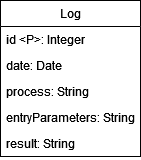
This is conceptual-diagram-log.drawio.png from danielpilot/event-database, a draw.io export, as it was before one commit. Source tidied: cells renumbered, new cells last; positions are measured from the earlier drawing's top-left corner, leaving out a move shared by most shapes. Source of this version:
```xml
<mxGraphModel>
  <root>
    <mxCell id="0" />
    <mxCell id="1" parent="0" />
    <mxCell id="2" value="Log" style="swimlane;fontStyle=0;horizontal=1;startSize=26;fillColor=none;whiteSpace=wrap;html=1;" parent="1" vertex="1">
      <mxGeometry width="140" height="156" as="geometry" />
    </mxCell>
    <mxCell id="3" value="id &amp;lt;P&amp;gt;: Integer" style="text;strokeColor=none;fillColor=none;align=left;verticalAlign=top;spacingLeft=4;spacingRight=4;overflow=hidden;whiteSpace=wrap;html=1;" parent="2" vertex="1">
      <mxGeometry y="26" width="140" height="26" as="geometry" />
    </mxCell>
    <mxCell id="4" value="date: Date" style="text;strokeColor=none;fillColor=none;align=left;verticalAlign=top;spacingLeft=4;spacingRight=4;overflow=hidden;whiteSpace=wrap;html=1;" parent="2" vertex="1">
      <mxGeometry y="52" width="140" height="26" as="geometry" />
    </mxCell>
    <mxCell id="5" value="process: String" style="text;strokeColor=none;fillColor=none;align=left;verticalAlign=top;spacingLeft=4;spacingRight=4;overflow=hidden;whiteSpace=wrap;html=1;" parent="2" vertex="1">
      <mxGeometry y="78" width="140" height="26" as="geometry" />
    </mxCell>
    <mxCell id="6" value="entryParameters: String" style="text;strokeColor=none;fillColor=none;align=left;verticalAlign=top;spacingLeft=4;spacingRight=4;overflow=hidden;whiteSpace=wrap;html=1;" parent="2" vertex="1">
      <mxGeometry y="104" width="140" height="26" as="geometry" />
    </mxCell>
    <mxCell id="7" value="result: String" style="text;strokeColor=none;fillColor=none;align=left;verticalAlign=top;spacingLeft=4;spacingRight=4;overflow=hidden;whiteSpace=wrap;html=1;" parent="2" vertex="1">
      <mxGeometry y="130" width="140" height="26" as="geometry" />
    </mxCell>
  </root>
</mxGraphModel>
```
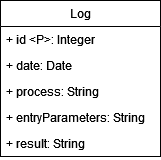
The same file after the commit.

What changed in the source:
```diff
@@ -3,22 +3,22 @@
     <mxCell id="0" />
     <mxCell id="1" parent="0" />
     <mxCell id="2" value="Log" style="swimlane;fontStyle=0;horizontal=1;startSize=26;fillColor=none;whiteSpace=wrap;html=1;" parent="1" vertex="1">
-      <mxGeometry width="140" height="156" as="geometry" />
+      <mxGeometry width="160" height="156" as="geometry" />
     </mxCell>
-    <mxCell id="3" value="id &amp;lt;P&amp;gt;: Integer" style="text;strokeColor=none;fillColor=none;align=left;verticalAlign=top;spacingLeft=4;spacingRight=4;overflow=hidden;whiteSpace=wrap;html=1;" parent="2" vertex="1">
-      <mxGeometry y="26" width="140" height="26" as="geometry" />
+    <mxCell id="3" value="+ id &amp;lt;P&amp;gt;: Integer" style="text;strokeColor=none;fillColor=none;align=left;verticalAlign=top;spacingLeft=4;spacingRight=4;overflow=hidden;whiteSpace=wrap;html=1;" parent="2" vertex="1">
+      <mxGeometry y="26" width="160" height="26" as="geometry" />
     </mxCell>
-    <mxCell id="4" value="date: Date" style="text;strokeColor=none;fillColor=none;align=left;verticalAlign=top;spacingLeft=4;spacingRight=4;overflow=hidden;whiteSpace=wrap;html=1;" parent="2" vertex="1">
-      <mxGeometry y="52" width="140" height="26" as="geometry" />
+    <mxCell id="4" value="+ date: Date" style="text;strokeColor=none;fillColor=none;align=left;verticalAlign=top;spacingLeft=4;spacingRight=4;overflow=hidden;whiteSpace=wrap;html=1;" parent="2" vertex="1">
+      <mxGeometry y="52" width="160" height="26" as="geometry" />
     </mxCell>
-    <mxCell id="5" value="process: String" style="text;strokeColor=none;fillColor=none;align=left;verticalAlign=top;spacingLeft=4;spacingRight=4;overflow=hidden;whiteSpace=wrap;html=1;" parent="2" vertex="1">
-      <mxGeometry y="78" width="140" height="26" as="geometry" />
+    <mxCell id="5" value="+ process: String" style="text;strokeColor=none;fillColor=none;align=left;verticalAlign=top;spacingLeft=4;spacingRight=4;overflow=hidden;whiteSpace=wrap;html=1;" parent="2" vertex="1">
+      <mxGeometry y="78" width="160" height="26" as="geometry" />
     </mxCell>
-    <mxCell id="6" value="entryParameters: String" style="text;strokeColor=none;fillColor=none;align=left;verticalAlign=top;spacingLeft=4;spacingRight=4;overflow=hidden;whiteSpace=wrap;html=1;" parent="2" vertex="1">
-      <mxGeometry y="104" width="140" height="26" as="geometry" />
+    <mxCell id="6" value="+ entryParameters: String" style="text;strokeColor=none;fillColor=none;align=left;verticalAlign=top;spacingLeft=4;spacingRight=4;overflow=hidden;whiteSpace=wrap;html=1;" parent="2" vertex="1">
+      <mxGeometry y="104" width="160" height="26" as="geometry" />
     </mxCell>
-    <mxCell id="7" value="result: String" style="text;strokeColor=none;fillColor=none;align=left;verticalAlign=top;spacingLeft=4;spacingRight=4;overflow=hidden;whiteSpace=wrap;html=1;" parent="2" vertex="1">
-      <mxGeometry y="130" width="140" height="26" as="geometry" />
+    <mxCell id="7" value="+ result: String" style="text;strokeColor=none;fillColor=none;align=left;verticalAlign=top;spacingLeft=4;spacingRight=4;overflow=hidden;whiteSpace=wrap;html=1;" parent="2" vertex="1">
+      <mxGeometry y="130" width="160" height="26" as="geometry" />
     </mxCell>
   </root>
 </mxGraphModel>
```
